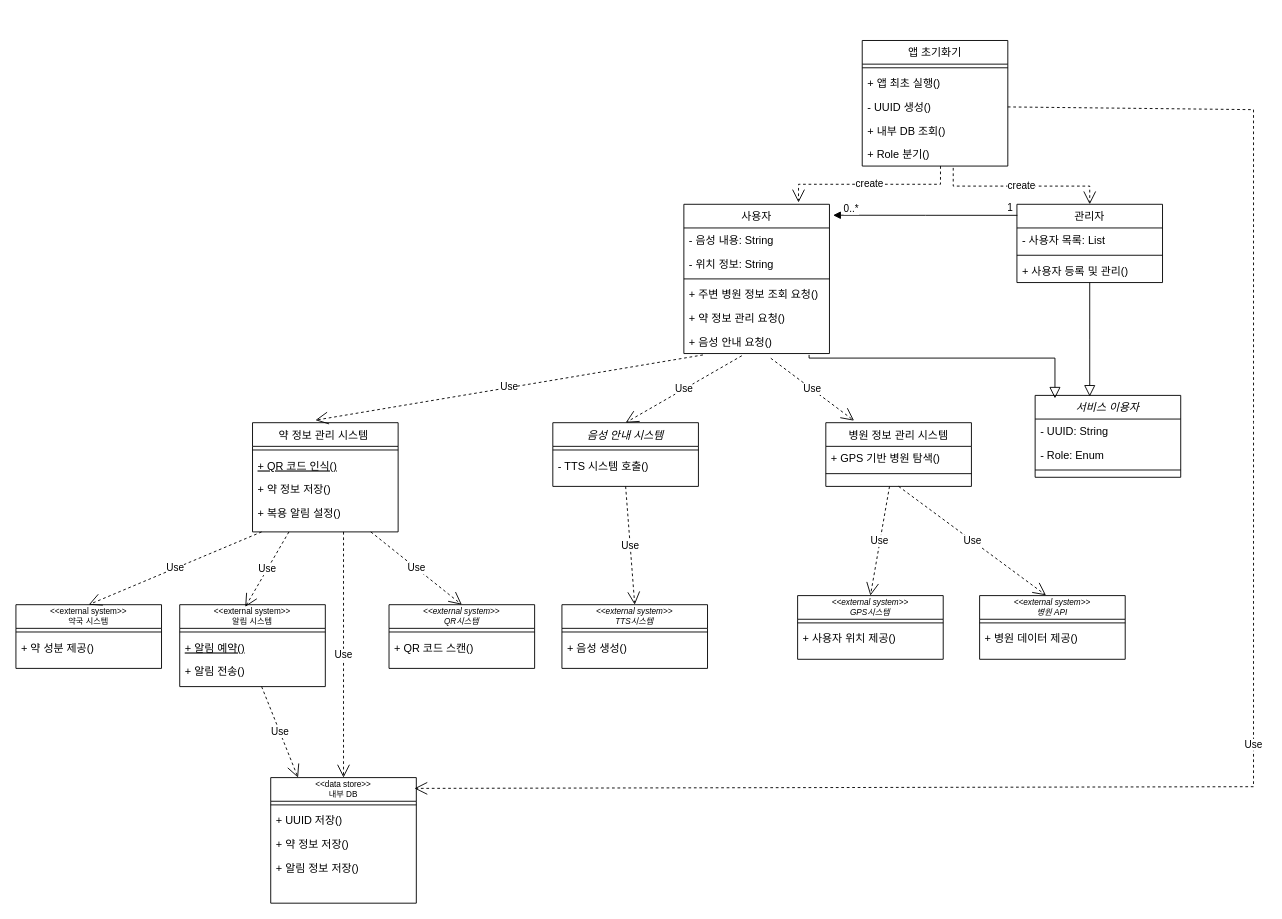
wnthsk/sejujun keeps this draw.io diagram as CLASSDIAGRAM.drawio. Above is the earlier version. Source tidied: cells renumbered, new cells numbered last; positions are measured from the earlier drawing's top-left corner, leaving out a move shared by most shapes. Both pictures are drawn from the tidied source at 91%, with x=0, y=0 at pixel (15, 40).
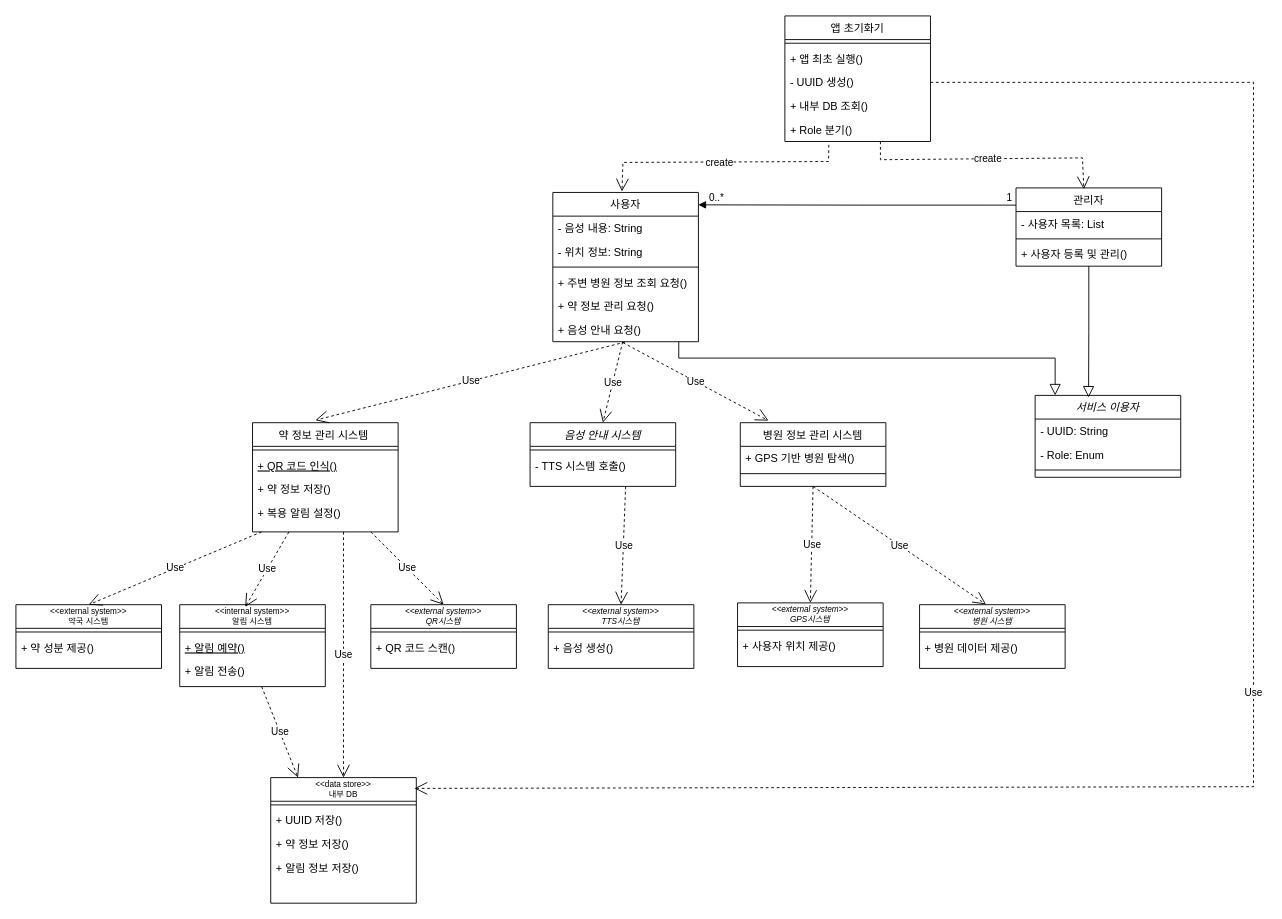
Above is the later version.

The change refers to these unchanged cells:
```xml
<mxCell id="2" value="서비스 이용자" style="swimlane;fontStyle=2;align=center;verticalAlign=top;horizontal=1;startSize=26;rounded=0;shadow=0;strokeWidth=1;" parent="1" vertex="1">
  <mxGeometry x="1120" y="390" width="160" height="90" as="geometry" />
</mxCell>
<mxCell id="12" value="+ 음성 안내 요청()" style="text;align=left;verticalAlign=top;spacingLeft=4;spacingRight=4;overflow=hidden;points=[[0,0.5],[1,0.5]];portConstraint=eastwest;" parent="6" vertex="1">
  <mxGeometry y="138" width="160" height="26" as="geometry" />
</mxCell>
<mxCell id="22" value="- UUID 생성()" style="text;align=left;verticalAlign=top;spacingLeft=4;spacingRight=4;overflow=hidden;points=[[0,0.5],[1,0.5]];portConstraint=eastwest;" parent="19" vertex="1">
  <mxGeometry y="60" width="160" height="26" as="geometry" />
</mxCell>
<mxCell id="24" value="+ Role 분기()" style="text;align=left;verticalAlign=top;spacingLeft=4;spacingRight=4;overflow=hidden;points=[[0,0.5],[1,0.5]];portConstraint=eastwest;" parent="19" vertex="1">
  <mxGeometry y="112" width="160" height="26" as="geometry" />
</mxCell>
<mxCell id="28" value="약 정보 관리 시스템 " style="swimlane;fontStyle=0;align=center;verticalAlign=top;horizontal=1;startSize=26;rounded=0;shadow=0;strokeWidth=1;" parent="1" vertex="1">
  <mxGeometry x="260" y="420" width="160" height="120" as="geometry" />
</mxCell>
<mxCell id="64" value="&lt;&lt;data store&gt;&gt;&#10;내부 DB" style="swimlane;fontStyle=0;align=center;verticalAlign=middle;horizontal=1;startSize=26;rounded=0;shadow=0;strokeWidth=1;fontSize=9;" parent="1" vertex="1">
  <mxGeometry x="280" y="810" width="160" height="138" as="geometry" />
</mxCell>
```

The edit, as a diff of the source:
```diff
@@
     <mxCell id="6" value="사용자" style="swimlane;fontStyle=0;align=center;verticalAlign=top;horizontal=1;startSize=26;rounded=0;shadow=0;strokeWidth=1;" parent="1" vertex="1">
-      <mxGeometry x="734" y="180" width="160" height="164" as="geometry" />
+      <mxGeometry x="590" y="167" width="160" height="164" as="geometry" />
     </mxCell>
@@
-    <mxCell id="13" style="endArrow=block;endSize=10;endFill=0;shadow=0;strokeWidth=1;rounded=0;curved=0;edgeStyle=elbowEdgeStyle;elbow=vertical;entryX=0.136;entryY=0.048;entryDx=0;entryDy=0;exitX=0.86;exitY=1.098;exitDx=0;exitDy=0;exitPerimeter=0;entryPerimeter=0;" parent="1" edge="1">
+    <mxCell id="13" style="endArrow=block;endSize=10;endFill=0;shadow=0;strokeWidth=1;rounded=0;curved=0;edgeStyle=elbowEdgeStyle;elbow=vertical;exitX=0.865;exitY=0.998;exitDx=0;exitDy=0;exitPerimeter=0;" parent="1" edge="1" source="12">
       <mxGeometry relative="1" as="geometry">
-        <mxPoint x="871.6" y="345.5" as="sourcePoint" />
-        <mxPoint x="1141.8" y="393.3" as="targetPoint" />
+        <mxPoint x="1142" y="390" as="targetPoint" />
         <Array as="points">
           <mxPoint x="1030" y="349" />
         </Array>
       </mxGeometry>
     </mxCell>
     <mxCell id="14" value="관리자" style="swimlane;fontStyle=0;align=center;verticalAlign=top;horizontal=1;startSize=26;rounded=0;shadow=0;strokeWidth=1;" parent="1" vertex="1">
-      <mxGeometry x="1100" y="180" width="160" height="86" as="geometry" />
+      <mxGeometry x="1099" y="162" width="160" height="86" as="geometry" />
     </mxCell>
@@
-    <mxCell id="18" style="endArrow=block;endSize=10;endFill=0;shadow=0;strokeWidth=1;rounded=0;curved=0;edgeStyle=elbowEdgeStyle;elbow=vertical;entryX=0.375;entryY=0.014;entryDx=0;entryDy=0;entryPerimeter=0;" parent="1" edge="1" source="14" target="2">
+    <mxCell id="18" style="endArrow=block;endSize=10;endFill=0;shadow=0;strokeWidth=1;rounded=0;curved=0;edgeStyle=elbowEdgeStyle;elbow=vertical;entryX=0.367;entryY=0.026;entryDx=0;entryDy=0;entryPerimeter=0;" parent="1" edge="1" source="14" target="2">
       <mxGeometry relative="1" as="geometry" />
     </mxCell>
     <mxCell id="19" value="앱 초기화기" style="swimlane;fontStyle=0;align=center;verticalAlign=top;horizontal=1;startSize=26;rounded=0;shadow=0;strokeWidth=1;" parent="1" vertex="1">
-      <mxGeometry x="930" width="160" height="138" as="geometry" />
+      <mxGeometry x="845" y="-27" width="160" height="138" as="geometry" />
     </mxCell>
@@
     <mxCell id="25" value="음성 안내 시스템" style="swimlane;fontStyle=2;align=center;verticalAlign=top;horizontal=1;startSize=26;rounded=0;shadow=0;strokeWidth=1;" parent="1" vertex="1">
-      <mxGeometry x="590" y="420" width="160" height="70" as="geometry" />
+      <mxGeometry x="565" y="420" width="160" height="70" as="geometry" />
     </mxCell>
@@
     <mxCell id="33" value="병원 정보 관리 시스템" style="swimlane;fontStyle=0;align=center;verticalAlign=top;horizontal=1;startSize=26;rounded=0;shadow=0;strokeWidth=1;" parent="1" vertex="1">
-      <mxGeometry x="890" y="420" width="160" height="70" as="geometry" />
+      <mxGeometry x="796" y="420" width="160" height="70" as="geometry" />
     </mxCell>
@@
-    <mxCell id="36" value="Use" style="endArrow=open;endSize=12;dashed=1;html=1;rounded=0;exitX=0.131;exitY=1.059;exitDx=0;exitDy=0;exitPerimeter=0;entryX=0.432;entryY=-0.023;entryDx=0;entryDy=0;entryPerimeter=0;" parent="1" edge="1" source="12" target="28">
+    <mxCell id="36" value="Use" style="endArrow=open;endSize=12;dashed=1;html=1;rounded=0;exitX=0.496;exitY=1.016;exitDx=0;exitDy=0;exitPerimeter=0;entryX=0.432;entryY=-0.023;entryDx=0;entryDy=0;entryPerimeter=0;" parent="1" edge="1" source="12" target="28">
       <mxGeometry relative="1" as="geometry" />
     </mxCell>
-    <mxCell id="37" value="Use" style="endArrow=open;endSize=12;dashed=1;html=1;rounded=0;exitX=0.398;exitY=1.094;exitDx=0;exitDy=0;exitPerimeter=0;entryX=0.5;entryY=0;entryDx=0;entryDy=0;" parent="1" edge="1" source="12" target="25">
+    <mxCell id="37" value="Use" style="endArrow=open;endSize=12;dashed=1;html=1;rounded=0;entryX=0.5;entryY=0;entryDx=0;entryDy=0;" parent="1" edge="1" source="12" target="25">
       <mxGeometry relative="1" as="geometry" />
     </mxCell>
-    <mxCell id="38" value="Use" style="endArrow=open;endSize=12;dashed=1;html=1;rounded=0;exitX=0.597;exitY=1.199;exitDx=0;exitDy=0;exitPerimeter=0;entryX=0.194;entryY=-0.032;entryDx=0;entryDy=0;entryPerimeter=0;" parent="1" edge="1" source="12" target="33">
-      <mxGeometry relative="1" as="geometry" />
+    <mxCell id="38" value="Use" style="endArrow=open;endSize=12;dashed=1;html=1;rounded=0;entryX=0.194;entryY=-0.032;entryDx=0;entryDy=0;entryPerimeter=0;" parent="1" edge="1" target="33">
+      <mxGeometry relative="1" as="geometry">
+        <mxPoint x="667" y="332" as="sourcePoint" />
+      </mxGeometry>
     </mxCell>
     <mxCell id="39" value="&lt;&lt;external system&gt;&gt;&#10;QR시스템" style="swimlane;fontStyle=2;align=center;verticalAlign=middle;horizontal=1;startSize=26;rounded=0;shadow=0;strokeWidth=1;fontSize=9;" parent="1" vertex="1">
-      <mxGeometry x="410" y="620" width="160" height="70" as="geometry" />
+      <mxGeometry x="390" y="620" width="160" height="70" as="geometry" />
     </mxCell>
@@
-    <mxCell id="42" value="&lt;&lt;external system&gt;&gt;&#10;알림 시스템" style="swimlane;fontStyle=0;align=center;verticalAlign=middle;horizontal=1;startSize=26;rounded=0;shadow=0;strokeWidth=1;fontSize=9;" parent="1" vertex="1">
+    <mxCell id="42" value="&lt;&lt;internal system&gt;&gt;&#10;알림 시스템" style="swimlane;fontStyle=0;align=center;verticalAlign=middle;horizontal=1;startSize=26;rounded=0;shadow=0;strokeWidth=1;fontSize=9;" parent="1" vertex="1">
       <mxGeometry x="180" y="620" width="160" height="90" as="geometry" />
     </mxCell>
@@
     <mxCell id="46" value="&lt;&lt;external system&gt;&gt;&#10;TTS시스템" style="swimlane;fontStyle=2;align=center;verticalAlign=middle;horizontal=1;startSize=26;rounded=0;shadow=0;strokeWidth=1;fontSize=9;" parent="1" vertex="1">
-      <mxGeometry x="600" y="620" width="160" height="70" as="geometry" />
+      <mxGeometry x="585" y="620" width="160" height="70" as="geometry" />
     </mxCell>
@@
-    <mxCell id="49" value="&lt;&lt;external system&gt;&gt;&#10;병원 API" style="swimlane;fontStyle=2;align=center;verticalAlign=middle;horizontal=1;startSize=26;rounded=0;shadow=0;strokeWidth=1;fontSize=9;" parent="1" vertex="1">
-      <mxGeometry x="1059" y="610" width="160" height="70" as="geometry" />
+    <mxCell id="49" value="&lt;&lt;external system&gt;&gt;&#10;병원 시스템" style="swimlane;fontStyle=2;align=center;verticalAlign=middle;horizontal=1;startSize=26;rounded=0;shadow=0;strokeWidth=1;fontSize=9;" parent="1" vertex="1">
+      <mxGeometry x="993" y="620" width="160" height="70" as="geometry" />
     </mxCell>
@@
     <mxCell id="52" value="&lt;&lt;external system&gt;&gt;&#10;GPS시스템" style="swimlane;fontStyle=2;align=center;verticalAlign=middle;horizontal=1;startSize=26;rounded=0;shadow=0;strokeWidth=1;fontSize=9;" parent="1" vertex="1">
-      <mxGeometry x="859" y="610" width="160" height="70" as="geometry" />
+      <mxGeometry x="793" y="618" width="160" height="70" as="geometry" />
     </mxCell>
@@
-    <mxCell id="62" value="Use" style="endArrow=open;endSize=12;dashed=1;html=1;rounded=0;entryX=0.5;entryY=0;entryDx=0;entryDy=0;" parent="1" edge="1" target="52">
-      <mxGeometry relative="1" as="geometry">
-        <mxPoint x="960" y="490" as="sourcePoint" />
-      </mxGeometry>
+    <mxCell id="62" value="Use" style="endArrow=open;endSize=12;dashed=1;html=1;rounded=0;entryX=0.5;entryY=0;entryDx=0;entryDy=0;exitX=0.5;exitY=1;exitDx=0;exitDy=0;" parent="1" edge="1" source="33" target="52">
+      <mxGeometry relative="1" as="geometry" />
     </mxCell>
@@
-    <mxCell id="70" value="create" style="endArrow=open;endSize=12;dashed=1;html=1;rounded=0;entryX=0.5;entryY=0;entryDx=0;entryDy=0;" parent="1" edge="1" target="14">
+    <mxCell id="70" value="create" style="endArrow=open;endSize=12;dashed=1;html=1;rounded=0;entryX=0.466;entryY=0.017;entryDx=0;entryDy=0;entryPerimeter=0;" parent="1" edge="1" target="14">
       <mxGeometry relative="1" as="geometry">
-        <mxPoint x="1030" y="140" as="sourcePoint" />
+        <mxPoint x="950" y="111" as="sourcePoint" />
         <Array as="points">
-          <mxPoint x="1030" y="160" />
-          <mxPoint x="1180" y="160" />
+          <mxPoint x="950" y="131" />
+          <mxPoint x="1172" y="129" />
         </Array>
       </mxGeometry>
     </mxCell>
     <mxCell id="71" value="Use" style="endArrow=open;endSize=12;dashed=1;html=1;rounded=0;exitX=1;exitY=0.5;exitDx=0;exitDy=0;entryX=0.987;entryY=0.086;entryDx=0;entryDy=0;entryPerimeter=0;" parent="1" edge="1" source="22" target="64">
       <mxGeometry relative="1" as="geometry">
         <Array as="points">
-          <mxPoint x="1360" y="76" />
+          <mxPoint x="1360" y="46" />
           <mxPoint x="1360" y="420" />
           <mxPoint x="1360" y="820" />
         </Array>
       </mxGeometry>
     </mxCell>
@@
-    <mxCell id="73" value="create" style="endArrow=open;endSize=12;dashed=1;html=1;rounded=0;entryX=0.75;entryY=0;entryDx=0;entryDy=0;" parent="1" edge="1">
+    <mxCell id="73" value="create" style="endArrow=open;endSize=12;dashed=1;html=1;rounded=0;exitX=0.302;exitY=1.14;exitDx=0;exitDy=0;exitPerimeter=0;" parent="1" edge="1" source="24">
       <mxGeometry relative="1" as="geometry">
-        <mxPoint x="1016" y="138" as="sourcePoint" />
-        <mxPoint x="860" y="178" as="targetPoint" />
+        <mxPoint x="666" y="166" as="targetPoint" />
         <Array as="points">
-          <mxPoint x="1016" y="158" />
-          <mxPoint x="996" y="158" />
-          <mxPoint x="860" y="158" />
+          <mxPoint x="893" y="133" />
+          <mxPoint x="667" y="134" />
         </Array>
       </mxGeometry>
     </mxCell>
-    <mxCell id="74" style="endArrow=block;endFill=1;html=1;edgeStyle=orthogonalEdgeStyle;align=left;verticalAlign=top;rounded=0;exitX=0.003;exitY=0.141;exitDx=0;exitDy=0;exitPerimeter=0;" parent="1" edge="1" source="14">
-      <mxGeometry x="-1" relative="1" as="geometry">
-        <mxPoint x="898" y="192" as="targetPoint" />
-      </mxGeometry>
+    <mxCell id="74" style="endArrow=block;endFill=1;html=1;edgeStyle=orthogonalEdgeStyle;align=left;verticalAlign=top;rounded=0;exitX=0;exitY=0.22;exitDx=0;exitDy=0;exitPerimeter=0;entryX=0.999;entryY=0.083;entryDx=0;entryDy=0;entryPerimeter=0;" parent="1" edge="1" source="14" target="6">
+      <mxGeometry x="-1" relative="1" as="geometry" />
     </mxCell>
@@
     <mxCell id="76" value="0..*" style="edgeLabel;html=1;align=left;verticalAlign=bottom;" parent="1" vertex="1">
-      <mxGeometry x="908" y="193" as="geometry" />
+      <mxGeometry x="760" y="181" as="geometry" />
     </mxCell>
```
